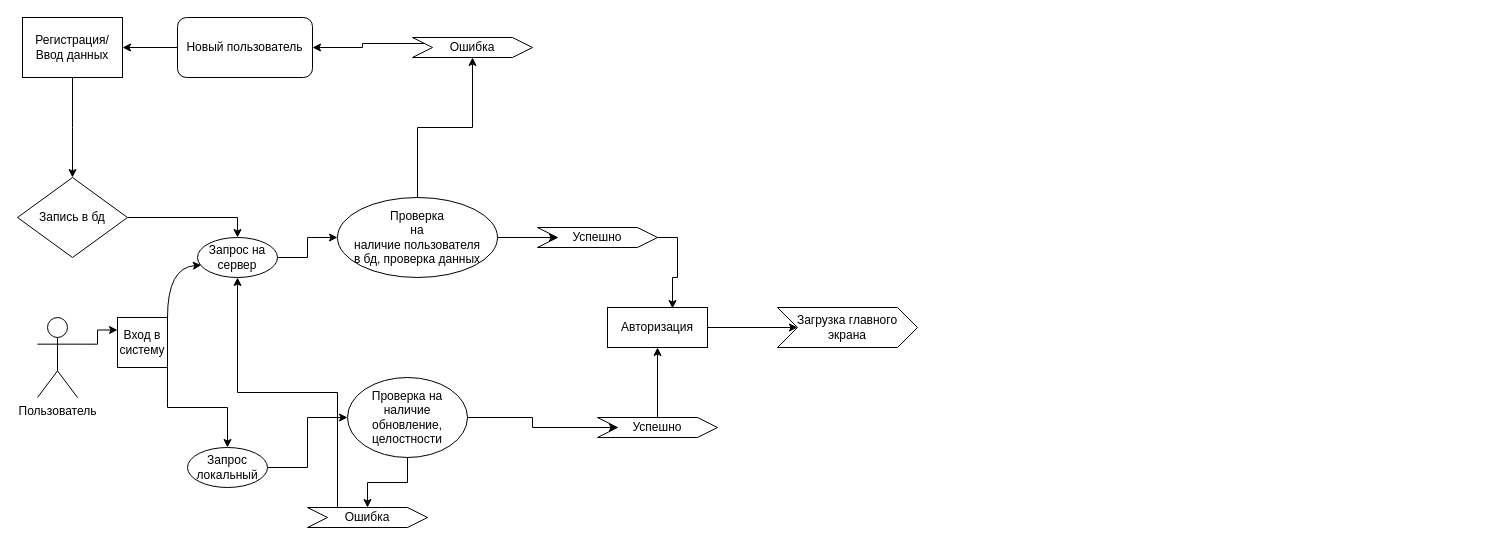
Earlier version of the draw.io diagram Диаграммы/Схема работы проекта.drawio (Lolos322/bookoflife). Source tidied: cells renumbered, new cells numbered last; positions are measured from the earlier drawing's top-left corner, leaving out a move shared by most shapes. Both pictures are drawn from the tidied source at 100%, with x=0, y=0 at pixel (17, 17).
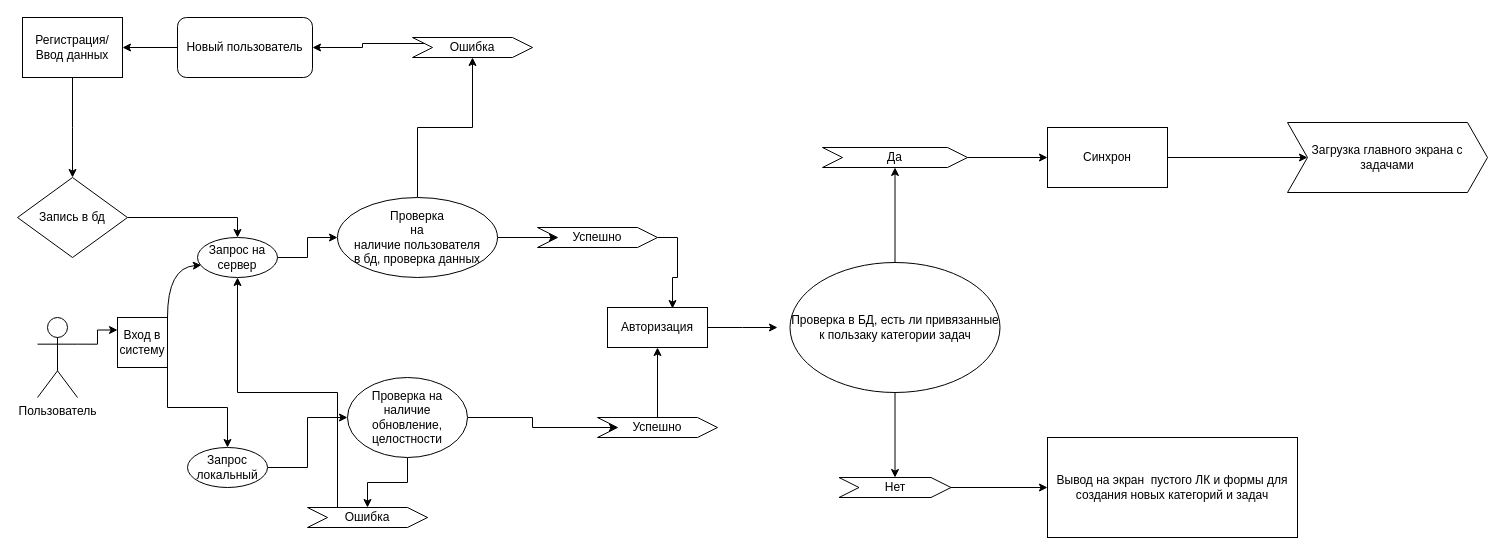
Above is the later version.

The change refers to these unchanged cells:
```xml
<mxCell id="18" value="Авторизация" style="rounded=0;whiteSpace=wrap;html=1;" parent="1" vertex="1">
  <mxGeometry x="590" y="290" width="100" height="40" as="geometry" />
</mxCell>
```

Diff of the diagram source:
```diff
@@
-    <mxCell id="17" style="edgeStyle=orthogonalEdgeStyle;rounded=0;jettySize=auto;html=1;exitX=1;exitY=0.5;exitDx=0;exitDy=0;" parent="1" edge="1" source="18" target="23">
-      <mxGeometry relative="1" as="geometry" />
-    </mxCell>
+    <mxCell id="34" style="edgeStyle=orthogonalEdgeStyle;rounded=0;jettySize=auto;html=1;exitX=1;exitY=0.5;exitDx=0;exitDy=0;" parent="1" edge="1" source="18">
+      <mxGeometry relative="1" as="geometry">
+        <mxPoint x="760" y="310" as="targetPoint" />
+      </mxGeometry>
+    </mxCell>
@@
-    <mxCell id="23" value="Загрузка главного экрана" style="shape=step;perimeter=stepPerimeter;whiteSpace=wrap;html=1;fixedSize=1;" parent="1" vertex="1">
-      <mxGeometry x="760" y="290" width="140" height="40" as="geometry" />
+    <mxCell id="23" value="Загрузка главного экрана с задачами" style="shape=step;perimeter=stepPerimeter;whiteSpace=wrap;html=1;fixedSize=1;" parent="1" vertex="1">
+      <mxGeometry x="1270" y="105" width="200" height="70" as="geometry" />
     </mxCell>
@@
+    <mxCell id="35" style="edgeStyle=orthogonalEdgeStyle;rounded=0;jettySize=auto;html=1;" parent="1" edge="1" source="37" target="39">
+      <mxGeometry relative="1" as="geometry" />
+    </mxCell>
+    <mxCell id="36" style="edgeStyle=orthogonalEdgeStyle;rounded=0;jettySize=auto;html=1;" parent="1" edge="1" source="37" target="43">
+      <mxGeometry relative="1" as="geometry" />
+    </mxCell>
+    <mxCell id="37" value="Проверка в БД, есть ли привязанные к пользаку категории задач" style="ellipse;whiteSpace=wrap;html=1;" parent="1" vertex="1">
+      <mxGeometry x="772.5" y="245" width="210" height="130" as="geometry" />
+    </mxCell>
+    <mxCell id="38" style="edgeStyle=orthogonalEdgeStyle;rounded=0;jettySize=auto;html=1;" parent="1" edge="1" source="39" target="41">
+      <mxGeometry relative="1" as="geometry" />
+    </mxCell>
+    <mxCell id="39" value="Да" style="shape=step;perimeter=stepPerimeter;whiteSpace=wrap;html=1;fixedSize=1;" parent="1" vertex="1">
+      <mxGeometry x="805" y="130" width="145" height="20" as="geometry" />
+    </mxCell>
+    <mxCell id="40" style="edgeStyle=orthogonalEdgeStyle;rounded=0;jettySize=auto;html=1;entryX=0;entryY=0.5;entryDx=0;entryDy=0;" parent="1" edge="1" source="41" target="23">
+      <mxGeometry relative="1" as="geometry" />
+    </mxCell>
+    <mxCell id="41" value="Синхрон" style="rounded=0;whiteSpace=wrap;html=1;" parent="1" vertex="1">
+      <mxGeometry x="1030" y="110" width="120" height="60" as="geometry" />
+    </mxCell>
+    <mxCell id="42" style="edgeStyle=orthogonalEdgeStyle;rounded=0;jettySize=auto;html=1;" parent="1" edge="1" source="43" target="44">
+      <mxGeometry relative="1" as="geometry" />
+    </mxCell>
+    <mxCell id="43" value="Нет" style="shape=step;perimeter=stepPerimeter;whiteSpace=wrap;html=1;fixedSize=1;" parent="1" vertex="1">
+      <mxGeometry x="821.5" y="460" width="112" height="20" as="geometry" />
+    </mxCell>
+    <mxCell id="44" value="Вывод на экран&amp;nbsp; пустого ЛК и формы для создания новых категорий и задач" style="whiteSpace=wrap;html=1;" parent="1" vertex="1">
+      <mxGeometry x="1030" y="420" width="250" height="100" as="geometry" />
+    </mxCell>
```
